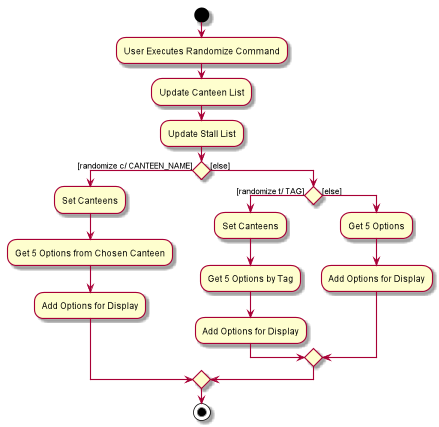
Before: docs/images/RandomizeActivityDiagram.png, a diagram exported from PlantUML (nus-cs2103-AY1920S2/addressbook-level3). Source of this version:
```plantuml
@startuml
start
:User Executes Randomize Command;


:Update Canteen List;
:Update Stall List;

if () then ([randomize c/ CANTEEN_NAME])
    :Set Canteens;
    :Get 5 Options from Chosen Canteen;
    :Add Options for Display;
else ([else])
    if () then ([randomize t/ TAG])
        :Set Canteens;
        :Get 5 Options by Tag;
        :Add Options for Display;
    else ([else])
        :Get 5 Options;
        :Add Options for Display;
    endif
endif
stop
@enduml
```
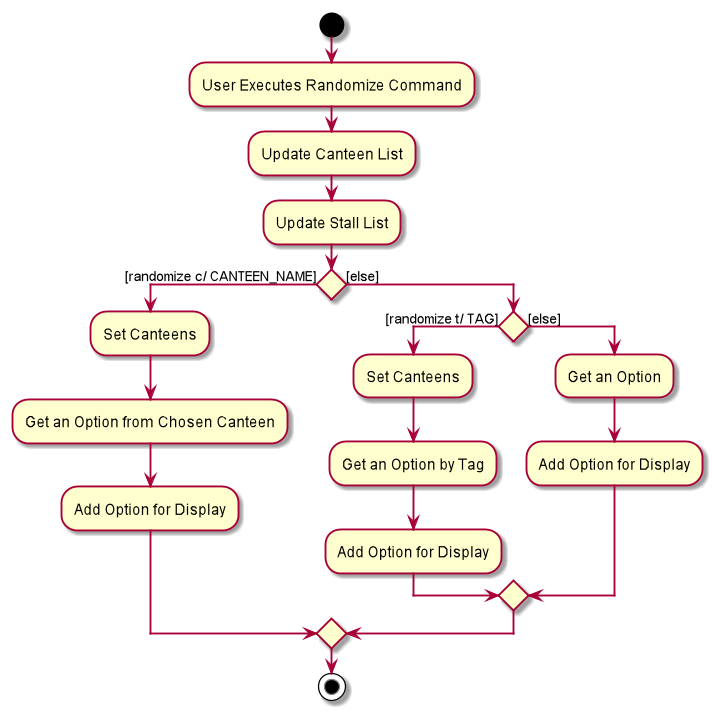
Above is the later version.

Change to the diagram source:
```diff
@@ -8,16 +8,16 @@
 
 if () then ([randomize c/ CANTEEN_NAME])
     :Set Canteens;
-    :Get 5 Options from Chosen Canteen;
-    :Add Options for Display;
+    :Get an Option from Chosen Canteen;
+    :Add Option for Display;
 else ([else])
     if () then ([randomize t/ TAG])
         :Set Canteens;
-        :Get 5 Options by Tag;
-        :Add Options for Display;
+        :Get an Option by Tag;
+        :Add Option for Display;
     else ([else])
-        :Get 5 Options;
-        :Add Options for Display;
+        :Get an Option;
+        :Add Option for Display;
     endif
 endif
 stop
```
